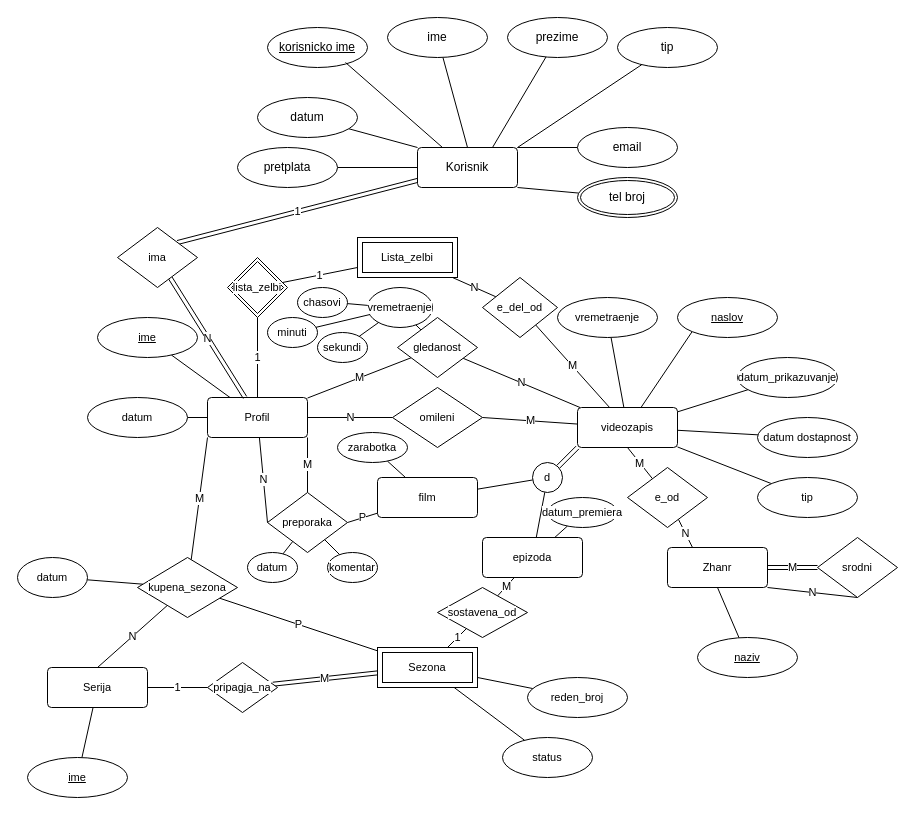
This is Bazi na podatoci/Zadaci za vezbanje/zadaca 2 napreden vezbanje.drawio from marin-o/Finki, a draw.io file, before an edit. Source tidied: cells renumbered, new cells numbered last; positions are measured from the earlier drawing's top-left corner, leaving out a move shared by most shapes. Both pictures are drawn from the tidied source at 100%, with x=0, y=0 at pixel (17, 17).
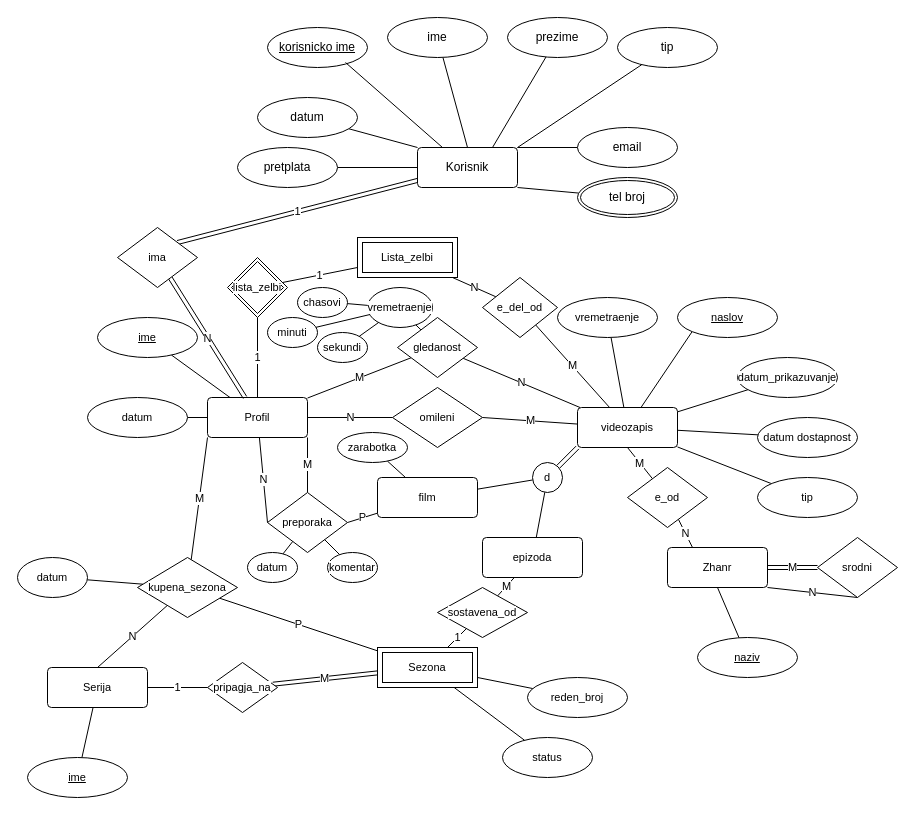
The same page after the edit.

The change refers to these unchanged cells:
```xml
<mxCell id="61" value="epizoda" style="rounded=1;arcSize=10;whiteSpace=wrap;html=1;align=center;fontFamily=Helvetica;fontSize=11;fontColor=default;labelBackgroundColor=default;double=1;" parent="1" vertex="1">
  <mxGeometry x="465" y="520" width="100" height="40" as="geometry" />
</mxCell>
```

What changed in the source:
```diff
@@
-    <mxCell id="59" style="edgeStyle=none;rounded=0;jettySize=auto;html=1;strokeColor=default;align=center;verticalAlign=middle;fontFamily=Helvetica;fontSize=11;fontColor=default;labelBackgroundColor=default;endArrow=none;endFill=0;" parent="1" edge="1" source="61" target="64">
-      <mxGeometry relative="1" as="geometry" />
-    </mxCell>
@@
-    <mxCell id="64" value="datum_premiera" style="ellipse;whiteSpace=wrap;html=1;align=center;fontFamily=Helvetica;fontSize=11;fontColor=default;labelBackgroundColor=default;" parent="1" vertex="1">
-      <mxGeometry x="530" y="480" width="70" height="30" as="geometry" />
-    </mxCell>
```
